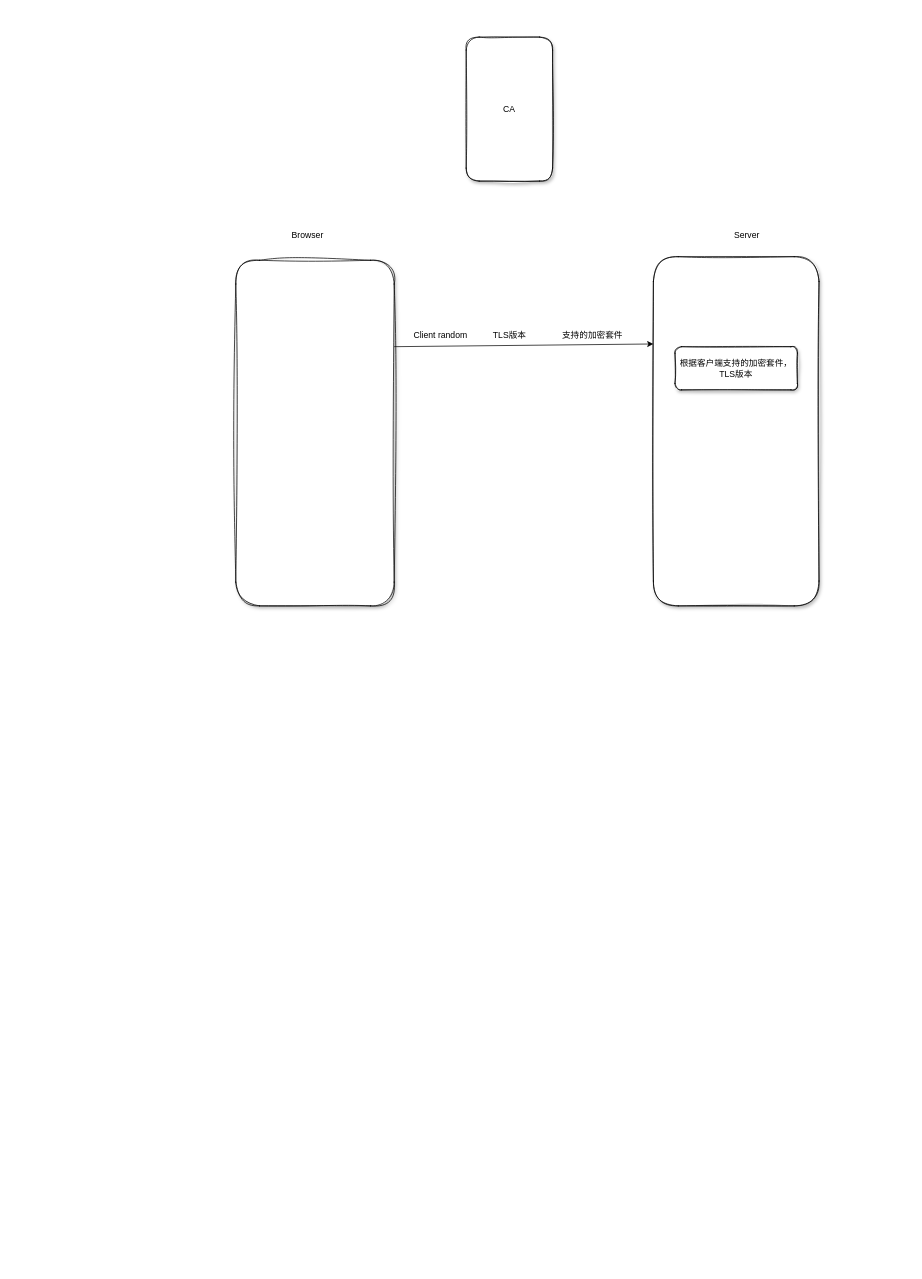
Earlier version of the draw.io diagram TLS1.2.drawio (StoryKing123/draw-io). Source tidied: cells renumbered, new cells numbered last; positions are measured from the earlier drawing's top-left corner, leaving out a move shared by most shapes. Both pictures are drawn from the tidied source at 72%, with x=0, y=0 at pixel (235, 37).
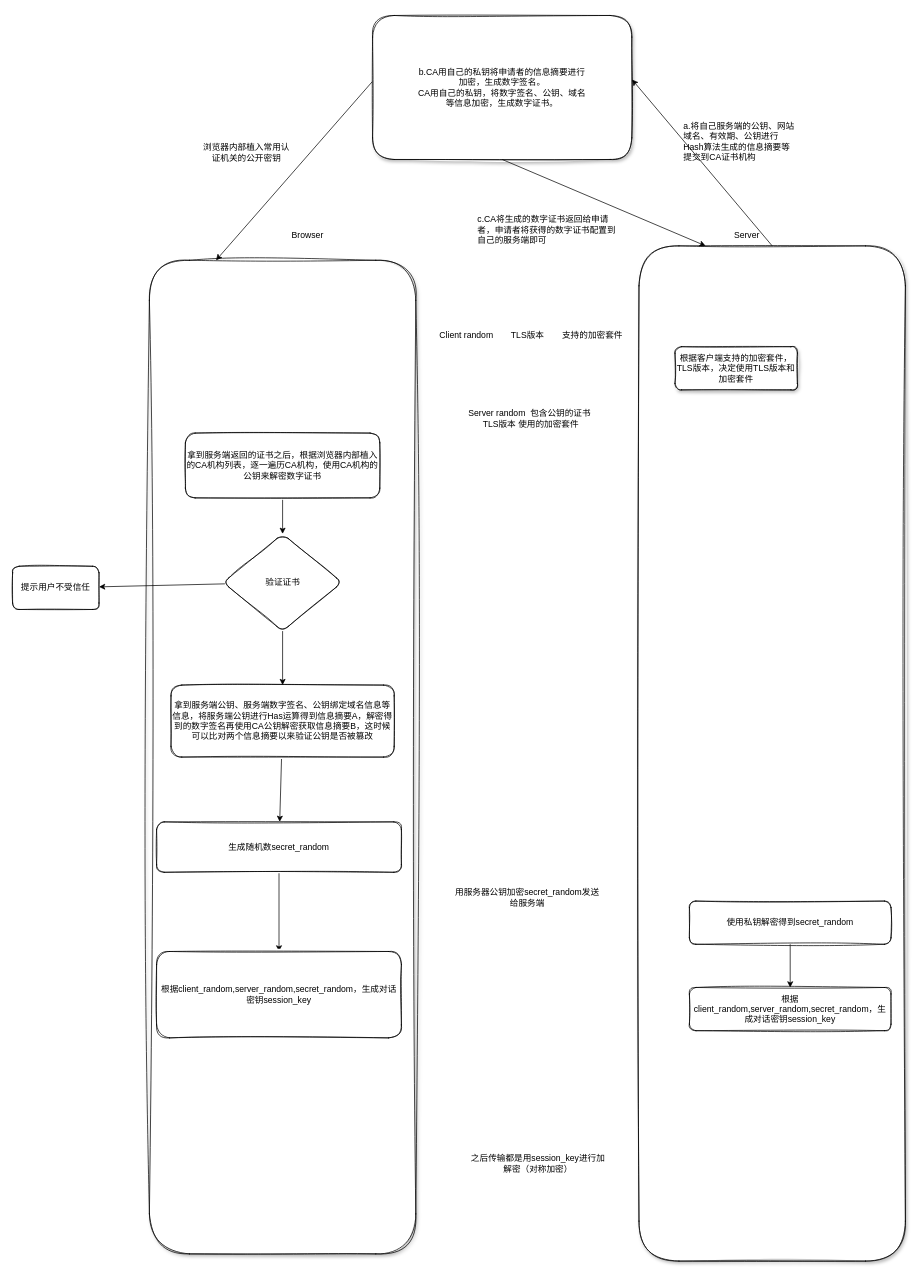
The same diagram, later.

Diff of the diagram source:
```diff
@@
     <mxCell id="2" style="rounded=1;whiteSpace=wrap;html=1;sketch=1;curveFitting=1;jiggle=2;shadow=1;glass=0;" parent="1" vertex="1">
-      <mxGeometry y="310" width="220" height="480" as="geometry" />
+      <mxGeometry x="-120" y="310" width="370" height="1380" as="geometry" />
     </mxCell>
     <mxCell id="3" style="rounded=1;whiteSpace=wrap;html=1;shadow=1;glass=0;sketch=1;" parent="1" vertex="1">
-      <mxGeometry x="580" y="305" width="230" height="485" as="geometry" />
+      <mxGeometry x="560" y="290" width="370" height="1410" as="geometry" />
     </mxCell>
@@
-    <mxCell id="6" value="&lt;div style=&quot;&quot;&gt;&lt;span style=&quot;background-color: initial;&quot;&gt;CA&lt;/span&gt;&lt;/div&gt;" style="rounded=1;whiteSpace=wrap;html=1;shadow=1;glass=0;sketch=1;align=center;" parent="1" vertex="1">
-      <mxGeometry x="320" width="120" height="200" as="geometry" />
+    <mxCell id="6" value="&lt;div style=&quot;&quot;&gt;&lt;br&gt;&lt;/div&gt;" style="rounded=1;whiteSpace=wrap;html=1;shadow=1;glass=0;sketch=1;align=center;" parent="1" vertex="1">
+      <mxGeometry x="190" y="-30" width="360" height="200" as="geometry" />
     </mxCell>
-    <mxCell id="7" style="endArrow=classic;html=1;rounded=0;exitX=1;exitY=0.25;exitDx=0;exitDy=0;entryX=0;entryY=0.25;entryDx=0;entryDy=0;" parent="1" edge="1" source="2" target="3">
-      <mxGeometry relative="1" as="geometry" />
-    </mxCell>
     <mxCell id="8" value="Client random" style="text;html=1;align=center;verticalAlign=middle;strokeColor=none;fillColor=none;" parent="1" vertex="1">
-      <mxGeometry x="234" y="400" width="100" height="30" as="geometry" />
+      <mxGeometry x="270" y="400" width="100" height="30" as="geometry" />
     </mxCell>
     <mxCell id="9" value="TLS版本" style="text;html=1;align=center;verticalAlign=middle;strokeColor=none;fillColor=none;rotation=0;" parent="1" vertex="1">
-      <mxGeometry x="345" y="400" width="70" height="30" as="geometry" />
+      <mxGeometry x="370" y="400" width="70" height="30" as="geometry" />
     </mxCell>
@@
-    <mxCell id="11" value="根据客户端支持的加密套件，TLS版本" style="rounded=1;whiteSpace=wrap;html=1;shadow=1;glass=0;sketch=1;" parent="1" vertex="1">
+    <mxCell id="11" value="根据客户端支持的加密套件，TLS版本，决定使用TLS版本和加密套件" style="rounded=1;whiteSpace=wrap;html=1;shadow=1;glass=0;sketch=1;" parent="1" vertex="1">
       <mxGeometry x="610" y="430" width="170" height="60" as="geometry" />
     </mxCell>
+    <mxCell id="12" value="Server random&amp;nbsp; 包含公钥的证书&amp;nbsp; &lt;br&gt;TLS版本 使用的加密套件" style="text;html=1;strokeColor=none;fillColor=none;align=center;verticalAlign=middle;whiteSpace=wrap;rounded=0;shadow=0;sketch=0;" parent="1" vertex="1">
+      <mxGeometry x="210" y="510" width="400" height="40" as="geometry" />
+    </mxCell>
+    <mxCell id="13" style="edgeStyle=none;rounded=0;jettySize=auto;html=1;" parent="1" edge="1" source="14" target="17">
+      <mxGeometry relative="1" as="geometry" />
+    </mxCell>
+    <mxCell id="14" value="拿到服务端返回的证书之后，根据浏览器内部植入的CA机构列表，逐一遍历CA机构，使用CA机构的公钥来解密数字证书" style="rounded=1;whiteSpace=wrap;html=1;shadow=0;sketch=1;" parent="1" vertex="1">
+      <mxGeometry x="-70" y="550" width="270" height="90" as="geometry" />
+    </mxCell>
+    <mxCell id="15" style="edgeStyle=none;rounded=0;jettySize=auto;html=1;" parent="1" edge="1" source="17" target="18">
+      <mxGeometry relative="1" as="geometry" />
+    </mxCell>
+    <mxCell id="16" style="edgeStyle=none;rounded=0;jettySize=auto;html=1;" parent="1" edge="1" source="17" target="20">
+      <mxGeometry relative="1" as="geometry" />
+    </mxCell>
+    <mxCell id="17" value="验证证书" style="rhombus;whiteSpace=wrap;html=1;rounded=1;shadow=0;sketch=1;" parent="1" vertex="1">
+      <mxGeometry x="-17.5" y="690" width="165" height="135" as="geometry" />
+    </mxCell>
+    <mxCell id="18" value="提示用户不受信任" style="whiteSpace=wrap;html=1;rounded=1;shadow=0;sketch=1;" parent="1" vertex="1">
+      <mxGeometry x="-310" y="735" width="120" height="60" as="geometry" />
+    </mxCell>
+    <mxCell id="19" style="edgeStyle=none;rounded=0;jettySize=auto;html=1;" parent="1" edge="1" source="20" target="29">
+      <mxGeometry relative="1" as="geometry" />
+    </mxCell>
+    <mxCell id="20" value="拿到服务端公钥、服务端数字签名、公钥绑定域名信息等信息，将服务端公钥进行Has运算得到信息摘要A，解密得到的数字签名再使用CA公钥解密获取信息摘要B，这时候可以比对两个信息摘要以来验证公钥是否被篡改" style="whiteSpace=wrap;html=1;rounded=1;shadow=0;sketch=1;" parent="1" vertex="1">
+      <mxGeometry x="-90" y="900" width="310" height="100" as="geometry" />
+    </mxCell>
+    <mxCell id="21" style="endArrow=classic;html=1;rounded=0;entryX=1.001;entryY=0.445;entryDx=0;entryDy=0;entryPerimeter=0;exitX=0.5;exitY=0;exitDx=0;exitDy=0;" parent="1" edge="1" source="3" target="6">
+      <mxGeometry relative="1" as="geometry" />
+    </mxCell>
+    <mxCell id="22" value="a.将自己服务端的公钥、网站域名、有效期、公钥进行Hash算法生成的信息摘要等提交到CA证书机构" style="text;whiteSpace=wrap;html=1;" parent="1" vertex="1">
+      <mxGeometry x="620" y="110" width="160" height="170" as="geometry" />
+    </mxCell>
+    <mxCell id="23" value="b.CA用自己的私钥将申请者的信息摘要进行加密，生成数字签名。&lt;br&gt;CA用自己的私钥，将数字签名、公钥、域名等信息加密，生成数字证书。" style="text;html=1;strokeColor=none;fillColor=none;align=center;verticalAlign=middle;whiteSpace=wrap;rounded=0;shadow=0;sketch=1;" parent="1" vertex="1">
+      <mxGeometry x="250" y="35" width="240" height="70" as="geometry" />
+    </mxCell>
+    <mxCell id="24" style="endArrow=classic;html=1;rounded=0;exitX=0.5;exitY=1;exitDx=0;exitDy=0;entryX=0.25;entryY=0;entryDx=0;entryDy=0;" parent="1" edge="1" source="6" target="3">
+      <mxGeometry relative="1" as="geometry" />
+    </mxCell>
+    <mxCell id="25" value="c.CA将生成的数字证书返回给申请者，申请者将获得的数字证书配置到自己的服务端即可" style="text;whiteSpace=wrap;html=1;" parent="1" vertex="1">
+      <mxGeometry x="334" y="240" width="200" height="110" as="geometry" />
+    </mxCell>
+    <mxCell id="26" style="endArrow=classic;html=1;rounded=0;exitX=-0.001;exitY=0.459;exitDx=0;exitDy=0;exitPerimeter=0;entryX=0.25;entryY=0;entryDx=0;entryDy=0;" parent="1" edge="1" source="6" target="2">
+      <mxGeometry relative="1" as="geometry" />
+    </mxCell>
+    <mxCell id="27" value="浏览器内部植入常用认证机关的公开密钥" style="text;html=1;strokeColor=none;fillColor=none;align=center;verticalAlign=middle;whiteSpace=wrap;rounded=0;shadow=0;sketch=1;" parent="1" vertex="1">
+      <mxGeometry x="-50" y="110" width="130" height="100" as="geometry" />
+    </mxCell>
+    <mxCell id="28" style="edgeStyle=none;rounded=0;jettySize=auto;html=1;" parent="1" edge="1" source="29" target="30">
+      <mxGeometry relative="1" as="geometry" />
+    </mxCell>
+    <mxCell id="29" value="生成随机数secret_random" style="whiteSpace=wrap;html=1;rounded=1;shadow=0;sketch=1;" parent="1" vertex="1">
+      <mxGeometry x="-110" y="1090" width="340" height="70" as="geometry" />
+    </mxCell>
+    <mxCell id="30" value="根据client_random,server_random,secret_random，生成对话密钥session_key" style="whiteSpace=wrap;html=1;rounded=1;shadow=0;sketch=1;" parent="1" vertex="1">
+      <mxGeometry x="-110" y="1270" width="340" height="120" as="geometry" />
+    </mxCell>
+    <mxCell id="31" value="用服务器公钥加密secret_random发送给服务端" style="text;html=1;strokeColor=none;fillColor=none;align=center;verticalAlign=middle;whiteSpace=wrap;rounded=0;shadow=0;sketch=1;" parent="1" vertex="1">
+      <mxGeometry x="300" y="1180" width="210" height="30" as="geometry" />
+    </mxCell>
+    <mxCell id="32" style="edgeStyle=none;rounded=0;jettySize=auto;html=1;" parent="1" edge="1" source="33" target="34">
+      <mxGeometry relative="1" as="geometry" />
+    </mxCell>
+    <mxCell id="33" value="使用私钥解密得到secret_random" style="rounded=1;whiteSpace=wrap;html=1;shadow=0;sketch=1;" parent="1" vertex="1">
+      <mxGeometry x="630" y="1200" width="280" height="60" as="geometry" />
+    </mxCell>
+    <mxCell id="34" value="根据client_random,server_random,secret_random，生成对话密钥session_key" style="whiteSpace=wrap;html=1;rounded=1;shadow=0;sketch=1;" parent="1" vertex="1">
+      <mxGeometry x="630" y="1320" width="280" height="60" as="geometry" />
+    </mxCell>
+    <mxCell id="35" style="edgeStyle=none;rounded=0;orthogonalLoop=1;jettySize=auto;html=1;exitX=0.5;exitY=1;exitDx=0;exitDy=0;" parent="1" edge="1" source="3" target="3">
+      <mxGeometry relative="1" as="geometry" />
+    </mxCell>
+    <mxCell id="36" value="之后传输都是用session_key进行加解密（对称加密）" style="text;html=1;strokeColor=none;fillColor=none;align=center;verticalAlign=middle;whiteSpace=wrap;rounded=0;shadow=0;sketch=1;" parent="1" vertex="1">
+      <mxGeometry x="320" y="1530" width="200" height="70" as="geometry" />
+    </mxCell>
```
